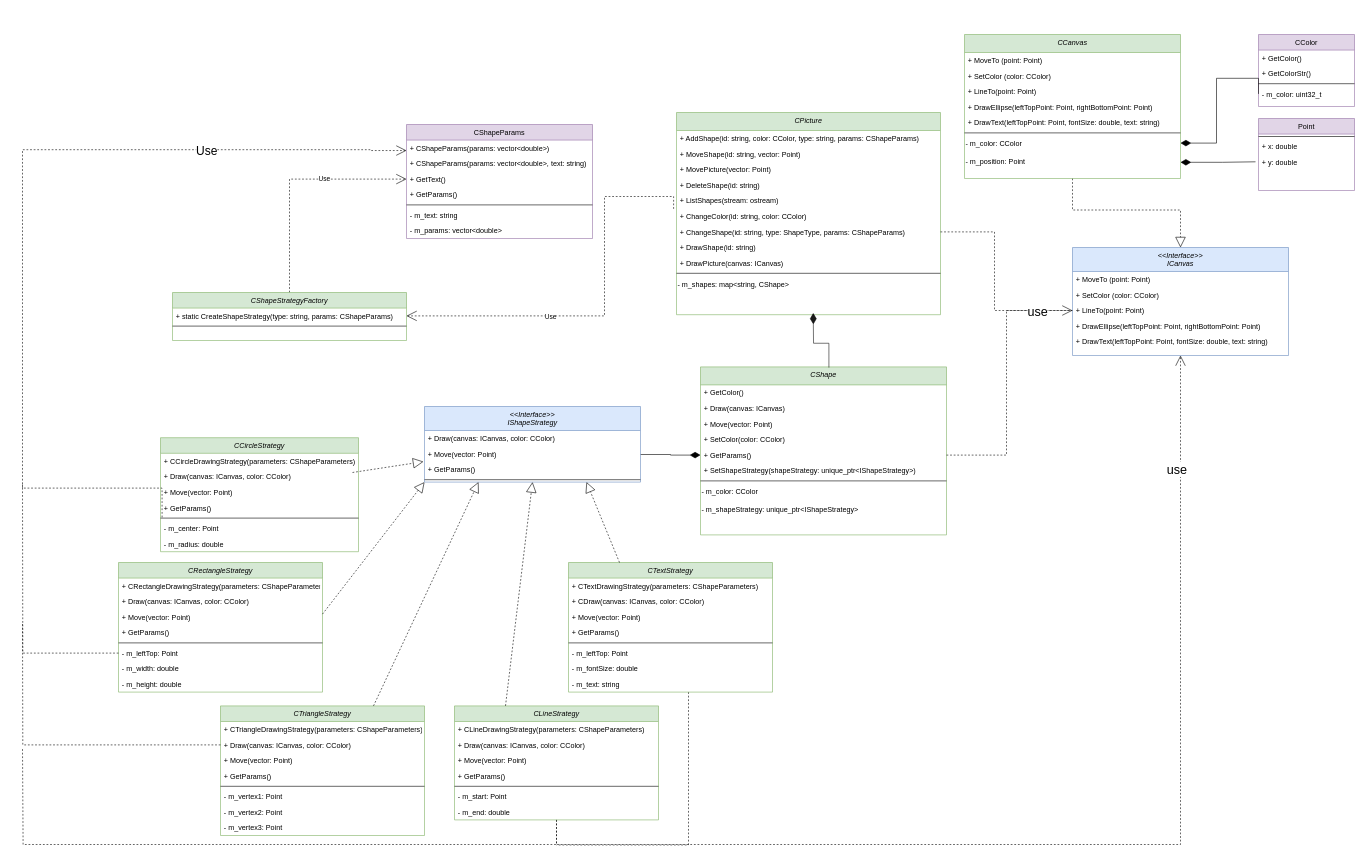
SafarovT/ood-labs keeps this draw.io diagram as lab1/Shapes/classes.drawio. Above is the earlier version. Source tidied: cells renumbered, new cells numbered last; positions are measured from the earlier drawing's top-left corner, leaving out a move shared by most shapes. Both pictures are drawn from the tidied source at 60%, with x=0, y=0 at pixel (22, 34).
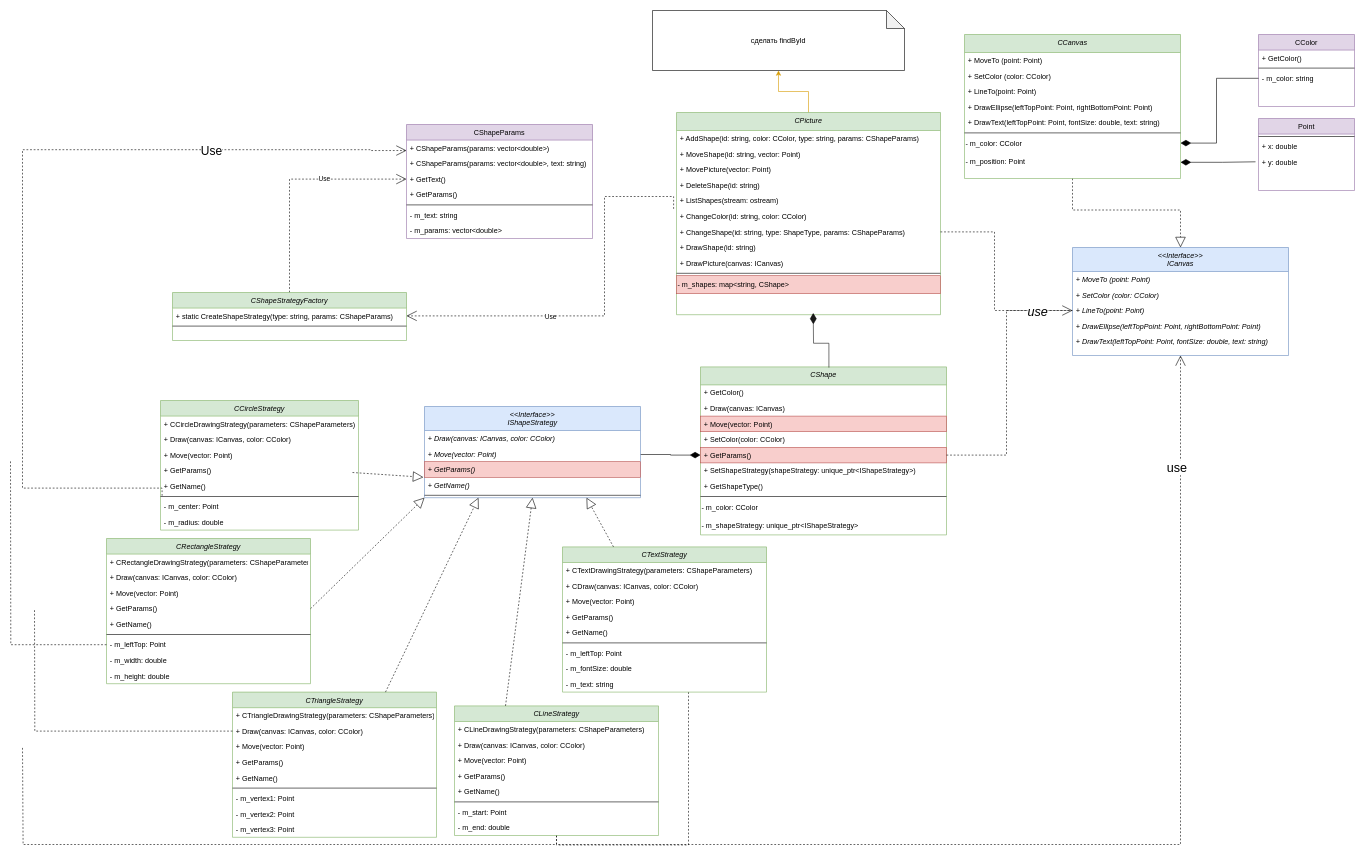
The same page after the edit.

Unchanged cells that the change refers to:
```xml
<mxCell id="2" value="&lt;&lt;Interface&gt;&gt;&#10;ICanvas" style="swimlane;fontStyle=2;align=center;verticalAlign=top;horizontal=1;startSize=40;rounded=0;shadow=0;strokeWidth=1;fillColor=#dae8fc;strokeColor=#6c8ebf;" parent="1" vertex="1">
  <mxGeometry x="1750" y="355" width="360" height="180" as="geometry" />
</mxCell>
<mxCell id="8" value="CColor" style="swimlane;fontStyle=0;align=center;verticalAlign=top;horizontal=1;startSize=26;rounded=0;shadow=0;strokeWidth=1;fillColor=#e1d5e7;strokeColor=#9673a6;" parent="1" vertex="1">
  <mxGeometry x="2060" width="160" height="120" as="geometry" />
</mxCell>
<mxCell id="29" value="CPicture" style="swimlane;fontStyle=2;align=center;verticalAlign=top;horizontal=1;startSize=30;rounded=0;shadow=0;strokeWidth=1;fillColor=#d5e8d4;strokeColor=#82b366;" parent="1" vertex="1">
  <mxGeometry x="1090" y="130" width="440" height="337" as="geometry" />
</mxCell>
<mxCell id="42" value="CShape" style="swimlane;fontStyle=2;align=center;verticalAlign=top;horizontal=1;startSize=30;rounded=0;shadow=0;strokeWidth=1;fillColor=#d5e8d4;strokeColor=#82b366;" parent="1" vertex="1">
  <mxGeometry x="1130" y="554" width="410" height="280" as="geometry" />
</mxCell>
<mxCell id="123" style="edgeStyle=orthogonalEdgeStyle;shape=connector;rounded=0;jettySize=auto;html=1;entryX=0;entryY=0.5;entryDx=0;entryDy=0;dashed=1;labelBackgroundColor=default;strokeColor=default;fontFamily=Helvetica;fontSize=11;fontColor=default;endArrow=open;endFill=0;endSize=15;" parent="1" edge="1" source="47" target="5">
  <mxGeometry relative="1" as="geometry" />
</mxCell>
```

What changed in the source:
```diff
@@
-    <mxCell id="3" value="+ MoveTo (point: Point)" style="text;align=left;verticalAlign=top;spacingLeft=4;spacingRight=4;overflow=hidden;" parent="2" vertex="1">
+    <mxCell id="3" value="+ MoveTo (point: Point)" style="text;align=left;verticalAlign=top;spacingLeft=4;spacingRight=4;overflow=hidden;fontStyle=2;" parent="2" vertex="1">
       <mxGeometry y="40" width="360" height="26" as="geometry" />
     </mxCell>
-    <mxCell id="4" value="+ SetColor (color: CColor)" style="text;align=left;verticalAlign=top;spacingLeft=4;spacingRight=4;overflow=hidden;rounded=0;shadow=0;html=0;" parent="2" vertex="1">
+    <mxCell id="4" value="+ SetColor (color: CColor)" style="text;align=left;verticalAlign=top;spacingLeft=4;spacingRight=4;overflow=hidden;rounded=0;shadow=0;html=0;fontStyle=2;" parent="2" vertex="1">
       <mxGeometry y="66" width="360" height="26" as="geometry" />
     </mxCell>
-    <mxCell id="5" value="+ LineTo(point: Point)" style="text;align=left;verticalAlign=top;spacingLeft=4;spacingRight=4;overflow=hidden;points=[[0,0.5],[1,0.5]];portConstraint=eastwest;rounded=0;shadow=0;html=0;" parent="2" vertex="1">
+    <mxCell id="5" value="+ LineTo(point: Point)" style="text;align=left;verticalAlign=top;spacingLeft=4;spacingRight=4;overflow=hidden;points=[[0,0.5],[1,0.5]];portConstraint=eastwest;rounded=0;shadow=0;html=0;fontStyle=2;" parent="2" vertex="1">
       <mxGeometry y="92" width="360" height="26" as="geometry" />
     </mxCell>
-    <mxCell id="6" value="+ DrawEllipse(leftTopPoint: Point, rightBottomPoint: Point)" style="text;align=left;verticalAlign=top;spacingLeft=4;spacingRight=4;overflow=hidden;rounded=0;shadow=0;html=0;" parent="2" vertex="1">
+    <mxCell id="6" value="+ DrawEllipse(leftTopPoint: Point, rightBottomPoint: Point)" style="text;align=left;verticalAlign=top;spacingLeft=4;spacingRight=4;overflow=hidden;rounded=0;shadow=0;html=0;fontStyle=2;" parent="2" vertex="1">
       <mxGeometry y="118" width="360" height="26" as="geometry" />
     </mxCell>
-    <mxCell id="7" value="+ DrawText(leftTopPoint: Point, fontSize: double, text: string)" style="text;align=left;verticalAlign=top;spacingLeft=4;spacingRight=4;overflow=hidden;rounded=0;shadow=0;html=0;" parent="2" vertex="1">
+    <mxCell id="7" value="+ DrawText(leftTopPoint: Point, fontSize: double, text: string)" style="text;align=left;verticalAlign=top;spacingLeft=4;spacingRight=4;overflow=hidden;rounded=0;shadow=0;html=0;fontStyle=2;" parent="2" vertex="1">
       <mxGeometry y="144" width="360" height="26" as="geometry" />
     </mxCell>
@@
-    <mxCell id="10" value="+ GetColorStr()" style="text;align=left;verticalAlign=top;spacingLeft=4;spacingRight=4;overflow=hidden;" parent="8" vertex="1">
-      <mxGeometry y="52" width="160" height="26" as="geometry" />
-    </mxCell>
     <mxCell id="11" style="line;html=1;strokeWidth=1;align=left;verticalAlign=middle;spacingTop=-1;spacingLeft=3;spacingRight=3;labelPosition=right;" parent="8" vertex="1">
-      <mxGeometry y="78" width="160" height="8" as="geometry" />
+      <mxGeometry y="52" width="160" height="8" as="geometry" />
     </mxCell>
-    <mxCell id="12" value="- m_color: uint32_t" style="text;align=left;verticalAlign=top;spacingLeft=4;spacingRight=4;overflow=hidden;points=[[0,0.5],[1,0.5]];portConstraint=eastwest;" parent="8" vertex="1">
-      <mxGeometry y="86" width="160" height="26" as="geometry" />
+    <mxCell id="12" value="- m_color: string" style="text;align=left;verticalAlign=top;spacingLeft=4;spacingRight=4;overflow=hidden;points=[[0,0.5],[1,0.5]];portConstraint=eastwest;" parent="8" vertex="1">
+      <mxGeometry y="60" width="160" height="26" as="geometry" />
     </mxCell>
@@
+    <mxCell id="132" style="edgeStyle=orthogonalEdgeStyle;rounded=0;jettySize=auto;html=1;fillColor=#ffe6cc;strokeColor=#d79b00;" parent="1" edge="1" source="29" target="140">
+      <mxGeometry relative="1" as="geometry" />
+    </mxCell>
@@
-    <mxCell id="41" value="- m_shapes: map&amp;lt;string, CShape&amp;gt;" style="text;html=1;align=left;verticalAlign=middle;strokeColor=none;fillColor=none;" parent="29" vertex="1">
+    <mxCell id="41" value="- m_shapes: map&amp;lt;string, CShape&amp;gt;" style="text;html=1;align=left;verticalAlign=middle;strokeColor=#b85450;fillColor=#f8cecc;" parent="29" vertex="1">
       <mxGeometry y="272" width="440" height="30" as="geometry" />
     </mxCell>
@@
-    <mxCell id="45" value="+ Move(vector: Point)" style="text;align=left;verticalAlign=top;spacingLeft=4;spacingRight=4;overflow=hidden;rounded=0;shadow=0;html=0;" parent="42" vertex="1">
+    <mxCell id="45" value="+ Move(vector: Point)" style="text;align=left;verticalAlign=top;spacingLeft=4;spacingRight=4;overflow=hidden;rounded=0;shadow=0;html=0;fillColor=#f8cecc;strokeColor=#b85450;" parent="42" vertex="1">
       <mxGeometry y="82" width="410" height="26" as="geometry" />
     </mxCell>
@@
-    <mxCell id="47" value="+ GetParams()" style="text;align=left;verticalAlign=top;spacingLeft=4;spacingRight=4;overflow=hidden;points=[[0,0.5],[1,0.5]];portConstraint=eastwest;rounded=0;shadow=0;html=0;" parent="42" vertex="1">
+    <mxCell id="47" value="+ GetParams()" style="text;align=left;verticalAlign=top;spacingLeft=4;spacingRight=4;overflow=hidden;points=[[0,0.5],[1,0.5]];portConstraint=eastwest;rounded=0;shadow=0;html=0;fillColor=#f8cecc;strokeColor=#b85450;" parent="42" vertex="1">
       <mxGeometry y="134" width="410" height="26" as="geometry" />
     </mxCell>
@@
+    <mxCell id="133" value="+ GetShapeType()" style="text;align=left;verticalAlign=top;spacingLeft=4;spacingRight=4;overflow=hidden;rounded=0;shadow=0;html=0;" parent="42" vertex="1">
+      <mxGeometry y="186" width="410" height="26" as="geometry" />
+    </mxCell>
     <mxCell id="49" style="line;html=1;strokeWidth=1;align=left;verticalAlign=middle;spacingTop=-1;spacingLeft=3;spacingRight=3;labelPosition=right;" parent="42" vertex="1">
-      <mxGeometry y="186" width="410" height="8" as="geometry" />
+      <mxGeometry y="212" width="410" height="8" as="geometry" />
     </mxCell>
     <mxCell id="50" value="- m_color: CColor" style="text;html=1;align=left;verticalAlign=middle;strokeColor=none;fillColor=none;" parent="42" vertex="1">
-      <mxGeometry y="194" width="410" height="30" as="geometry" />
+      <mxGeometry y="220" width="410" height="30" as="geometry" />
     </mxCell>
     <mxCell id="51" value="- m_shapeStrategy: unique_ptr&amp;lt;IShapeStrategy&amp;gt;" style="text;html=1;align=left;verticalAlign=middle;strokeColor=none;fillColor=none;" parent="42" vertex="1">
-      <mxGeometry y="224" width="410" height="30" as="geometry" />
+      <mxGeometry y="250" width="410" height="30" as="geometry" />
     </mxCell>
@@
     <mxCell id="62" value="&lt;&lt;Interface&gt;&gt;&#10;IShapeStrategy" style="swimlane;fontStyle=2;align=center;verticalAlign=top;horizontal=1;startSize=40;rounded=0;shadow=0;strokeWidth=1;fillColor=#dae8fc;strokeColor=#6c8ebf;" parent="1" vertex="1">
-      <mxGeometry x="670" y="620" width="360" height="126" as="geometry" />
+      <mxGeometry x="670" y="620" width="360" height="152" as="geometry" />
     </mxCell>
-    <mxCell id="63" value="+ Draw(canvas: ICanvas, color: CColor)" style="text;align=left;verticalAlign=top;spacingLeft=4;spacingRight=4;overflow=hidden;" parent="62" vertex="1">
+    <mxCell id="63" value="+ Draw(canvas: ICanvas, color: CColor)" style="text;align=left;verticalAlign=top;spacingLeft=4;spacingRight=4;overflow=hidden;fontStyle=2;" parent="62" vertex="1">
       <mxGeometry y="40" width="360" height="26" as="geometry" />
     </mxCell>
-    <mxCell id="64" value="+ Move(vector: Point)" style="text;align=left;verticalAlign=top;spacingLeft=4;spacingRight=4;overflow=hidden;" parent="62" vertex="1">
+    <mxCell id="64" value="+ Move(vector: Point)" style="text;align=left;verticalAlign=top;spacingLeft=4;spacingRight=4;overflow=hidden;fontStyle=2;" parent="62" vertex="1">
       <mxGeometry y="66" width="360" height="26" as="geometry" />
     </mxCell>
+    <mxCell id="134" value="+ GetParams()" style="text;align=left;verticalAlign=top;spacingLeft=4;spacingRight=4;overflow=hidden;fillColor=#f8cecc;strokeColor=#b85450;fontStyle=2;" parent="62" vertex="1">
+      <mxGeometry y="92" width="360" height="26" as="geometry" />
+    </mxCell>
-    <mxCell id="65" value="+ GetParams()" style="text;align=left;verticalAlign=top;spacingLeft=4;spacingRight=4;overflow=hidden;points=[[0,0.5],[1,0.5]];portConstraint=eastwest;" parent="62" vertex="1">
-      <mxGeometry y="92" width="360" height="26" as="geometry" />
+    <mxCell id="65" value="+ GetName()" style="text;align=left;verticalAlign=top;spacingLeft=4;spacingRight=4;overflow=hidden;points=[[0,0.5],[1,0.5]];portConstraint=eastwest;fontStyle=2;" parent="62" vertex="1">
+      <mxGeometry y="118" width="360" height="26" as="geometry" />
     </mxCell>
@@
     <mxCell id="67" style="line;html=1;strokeWidth=1;align=left;verticalAlign=middle;spacingTop=-1;spacingLeft=3;spacingRight=3;labelPosition=right;" parent="62" vertex="1">
-      <mxGeometry y="118" width="360" height="8" as="geometry" />
+      <mxGeometry y="144" width="360" height="8" as="geometry" />
     </mxCell>
     <mxCell id="68" value="CRectangleStrategy" style="swimlane;fontStyle=2;align=center;verticalAlign=top;horizontal=1;startSize=26;rounded=0;shadow=0;strokeWidth=1;fillColor=#d5e8d4;strokeColor=#82b366;" parent="1" vertex="1">
-      <mxGeometry x="160" y="880" width="340" height="216" as="geometry" />
+      <mxGeometry x="140" y="840" width="340" height="242" as="geometry" />
     </mxCell>
@@
+    <mxCell id="135" value="+ GetParams()" style="text;align=left;verticalAlign=top;spacingLeft=4;spacingRight=4;overflow=hidden;points=[[0,0.5],[1,0.5]];portConstraint=eastwest;rounded=0;shadow=0;html=0;" parent="68" vertex="1">
+      <mxGeometry y="104" width="340" height="26" as="geometry" />
+    </mxCell>
-    <mxCell id="72" value="+ GetParams()" style="text;align=left;verticalAlign=top;spacingLeft=4;spacingRight=4;overflow=hidden;rounded=0;shadow=0;html=0;" parent="68" vertex="1">
-      <mxGeometry y="104" width="340" height="26" as="geometry" />
+    <mxCell id="72" value="+ GetName()" style="text;align=left;verticalAlign=top;spacingLeft=4;spacingRight=4;overflow=hidden;rounded=0;shadow=0;html=0;" parent="68" vertex="1">
+      <mxGeometry y="130" width="340" height="26" as="geometry" />
     </mxCell>
     <mxCell id="73" style="line;html=1;strokeWidth=1;align=left;verticalAlign=middle;spacingTop=-1;spacingLeft=3;spacingRight=3;labelPosition=right;" parent="68" vertex="1">
-      <mxGeometry y="130" width="340" height="8" as="geometry" />
+      <mxGeometry y="156" width="340" height="8" as="geometry" />
     </mxCell>
@@
     <mxCell id="75" value="- m_leftTop: Point" style="text;align=left;verticalAlign=top;spacingLeft=4;spacingRight=4;overflow=hidden;points=[[0,0.5],[1,0.5]];portConstraint=eastwest;" parent="68" vertex="1">
-      <mxGeometry y="138" width="340" height="26" as="geometry" />
+      <mxGeometry y="164" width="340" height="26" as="geometry" />
     </mxCell>
     <mxCell id="76" value="- m_width: double" style="text;align=left;verticalAlign=top;spacingLeft=4;spacingRight=4;overflow=hidden;" parent="68" vertex="1">
-      <mxGeometry y="164" width="340" height="26" as="geometry" />
+      <mxGeometry y="190" width="340" height="26" as="geometry" />
     </mxCell>
     <mxCell id="77" value="- m_height: double" style="text;align=left;verticalAlign=top;spacingLeft=4;spacingRight=4;overflow=hidden;" parent="68" vertex="1">
-      <mxGeometry y="190" width="340" height="26" as="geometry" />
+      <mxGeometry y="216" width="340" height="26" as="geometry" />
     </mxCell>
     <mxCell id="78" value="CTriangleStrategy" style="swimlane;fontStyle=2;align=center;verticalAlign=top;horizontal=1;startSize=26;rounded=0;shadow=0;strokeWidth=1;fillColor=#d5e8d4;strokeColor=#82b366;" parent="1" vertex="1">
-      <mxGeometry x="330" y="1119" width="340" height="216" as="geometry" />
+      <mxGeometry x="350" y="1096" width="340" height="242" as="geometry" />
     </mxCell>
@@
+    <mxCell id="136" value="+ GetParams()" style="text;align=left;verticalAlign=top;spacingLeft=4;spacingRight=4;overflow=hidden;rounded=0;shadow=0;html=0;" parent="78" vertex="1">
+      <mxGeometry y="104" width="340" height="26" as="geometry" />
+    </mxCell>
-    <mxCell id="83" value="+ GetParams()" style="text;align=left;verticalAlign=top;spacingLeft=4;spacingRight=4;overflow=hidden;rounded=0;shadow=0;html=0;" parent="78" vertex="1">
-      <mxGeometry y="104" width="340" height="26" as="geometry" />
+    <mxCell id="83" value="+ GetName()" style="text;align=left;verticalAlign=top;spacingLeft=4;spacingRight=4;overflow=hidden;rounded=0;shadow=0;html=0;" parent="78" vertex="1">
+      <mxGeometry y="130" width="340" height="26" as="geometry" />
     </mxCell>
     <mxCell id="84" style="line;html=1;strokeWidth=1;align=left;verticalAlign=middle;spacingTop=-1;spacingLeft=3;spacingRight=3;labelPosition=right;" parent="78" vertex="1">
-      <mxGeometry y="130" width="340" height="8" as="geometry" />
+      <mxGeometry y="156" width="340" height="8" as="geometry" />
     </mxCell>
     <mxCell id="85" value="- m_vertex1: Point" style="text;align=left;verticalAlign=top;spacingLeft=4;spacingRight=4;overflow=hidden;" parent="78" vertex="1">
-      <mxGeometry y="138" width="340" height="26" as="geometry" />
+      <mxGeometry y="164" width="340" height="26" as="geometry" />
     </mxCell>
     <mxCell id="86" value="- m_vertex2: Point" style="text;align=left;verticalAlign=top;spacingLeft=4;spacingRight=4;overflow=hidden;" parent="78" vertex="1">
-      <mxGeometry y="164" width="340" height="26" as="geometry" />
+      <mxGeometry y="190" width="340" height="26" as="geometry" />
     </mxCell>
     <mxCell id="87" value="- m_vertex3: Point" style="text;align=left;verticalAlign=top;spacingLeft=4;spacingRight=4;overflow=hidden;" parent="78" vertex="1">
-      <mxGeometry y="190" width="340" height="26" as="geometry" />
+      <mxGeometry y="216" width="340" height="26" as="geometry" />
     </mxCell>
     <mxCell id="88" value="CCircleStrategy" style="swimlane;fontStyle=2;align=center;verticalAlign=top;horizontal=1;startSize=26;rounded=0;shadow=0;strokeWidth=1;fillColor=#d5e8d4;strokeColor=#82b366;" parent="1" vertex="1">
-      <mxGeometry x="230" y="672" width="330" height="190" as="geometry" />
+      <mxGeometry x="230" y="610" width="330" height="216" as="geometry" />
     </mxCell>
@@
+    <mxCell id="137" value="+ GetParams()" style="text;align=left;verticalAlign=top;spacingLeft=4;spacingRight=4;overflow=hidden;rounded=0;shadow=0;html=0;" parent="88" vertex="1">
+      <mxGeometry y="104" width="330" height="26" as="geometry" />
+    </mxCell>
-    <mxCell id="92" value="+ GetParams()" style="text;align=left;verticalAlign=top;spacingLeft=4;spacingRight=4;overflow=hidden;rounded=0;shadow=0;html=0;" parent="88" vertex="1">
-      <mxGeometry y="104" width="330" height="26" as="geometry" />
+    <mxCell id="92" value="+ GetName()" style="text;align=left;verticalAlign=top;spacingLeft=4;spacingRight=4;overflow=hidden;rounded=0;shadow=0;html=0;" parent="88" vertex="1">
+      <mxGeometry y="130" width="330" height="26" as="geometry" />
     </mxCell>
     <mxCell id="93" style="line;html=1;strokeWidth=1;align=left;verticalAlign=middle;spacingTop=-1;spacingLeft=3;spacingRight=3;labelPosition=right;points=[];portConstraint=eastwest;" parent="88" vertex="1">
-      <mxGeometry y="130" width="330" height="8" as="geometry" />
+      <mxGeometry y="156" width="330" height="8" as="geometry" />
     </mxCell>
     <mxCell id="94" value="- m_center: Point" style="text;align=left;verticalAlign=top;spacingLeft=4;spacingRight=4;overflow=hidden;" parent="88" vertex="1">
-      <mxGeometry y="138" width="330" height="26" as="geometry" />
+      <mxGeometry y="164" width="330" height="26" as="geometry" />
     </mxCell>
     <mxCell id="95" value="- m_radius: double" style="text;align=left;verticalAlign=top;spacingLeft=4;spacingRight=4;overflow=hidden;" parent="88" vertex="1">
-      <mxGeometry y="164" width="330" height="26" as="geometry" />
+      <mxGeometry y="190" width="330" height="26" as="geometry" />
     </mxCell>
@@
     <mxCell id="99" value="CLineStrategy" style="swimlane;fontStyle=2;align=center;verticalAlign=top;horizontal=1;startSize=26;rounded=0;shadow=0;strokeWidth=1;fillColor=#d5e8d4;strokeColor=#82b366;" parent="1" vertex="1">
-      <mxGeometry x="720" y="1119" width="340" height="190" as="geometry" />
+      <mxGeometry x="720" y="1119" width="340" height="216" as="geometry" />
     </mxCell>
@@
+    <mxCell id="138" value="+ GetName()" style="text;align=left;verticalAlign=top;spacingLeft=4;spacingRight=4;overflow=hidden;rounded=0;shadow=0;html=0;" parent="99" vertex="1">
+      <mxGeometry y="130" width="340" height="26" as="geometry" />
+    </mxCell>
     <mxCell id="104" style="line;html=1;strokeWidth=1;align=left;verticalAlign=middle;spacingTop=-1;spacingLeft=3;spacingRight=3;labelPosition=right;" parent="99" vertex="1">
-      <mxGeometry y="130" width="340" height="8" as="geometry" />
+      <mxGeometry y="156" width="340" height="8" as="geometry" />
     </mxCell>
     <mxCell id="105" value="- m_start: Point" style="text;align=left;verticalAlign=top;spacingLeft=4;spacingRight=4;overflow=hidden;" parent="99" vertex="1">
-      <mxGeometry y="138" width="340" height="26" as="geometry" />
+      <mxGeometry y="164" width="340" height="26" as="geometry" />
     </mxCell>
     <mxCell id="106" value="- m_end: double" style="text;align=left;verticalAlign=top;spacingLeft=4;spacingRight=4;overflow=hidden;" parent="99" vertex="1">
-      <mxGeometry y="164" width="340" height="26" as="geometry" />
+      <mxGeometry y="190" width="340" height="26" as="geometry" />
     </mxCell>
@@
     <mxCell id="108" value="CTextStrategy" style="swimlane;fontStyle=2;align=center;verticalAlign=top;horizontal=1;startSize=26;rounded=0;shadow=0;strokeWidth=1;fillColor=#d5e8d4;strokeColor=#82b366;" parent="1" vertex="1">
-      <mxGeometry x="910" y="880" width="340" height="216" as="geometry" />
+      <mxGeometry x="900" y="854" width="340" height="242" as="geometry" />
     </mxCell>
@@
+    <mxCell id="139" value="+ GetName()" style="text;align=left;verticalAlign=top;spacingLeft=4;spacingRight=4;overflow=hidden;rounded=0;shadow=0;html=0;" parent="108" vertex="1">
+      <mxGeometry y="130" width="340" height="26" as="geometry" />
+    </mxCell>
     <mxCell id="113" style="line;html=1;strokeWidth=1;align=left;verticalAlign=middle;spacingTop=-1;spacingLeft=3;spacingRight=3;labelPosition=right;" parent="108" vertex="1">
-      <mxGeometry y="130" width="340" height="8" as="geometry" />
+      <mxGeometry y="156" width="340" height="8" as="geometry" />
     </mxCell>
     <mxCell id="114" value="- m_leftTop: Point" style="text;align=left;verticalAlign=top;spacingLeft=4;spacingRight=4;overflow=hidden;" parent="108" vertex="1">
-      <mxGeometry y="138" width="340" height="26" as="geometry" />
+      <mxGeometry y="164" width="340" height="26" as="geometry" />
     </mxCell>
     <mxCell id="115" value="- m_fontSize: double" style="text;align=left;verticalAlign=top;spacingLeft=4;spacingRight=4;overflow=hidden;" parent="108" vertex="1">
-      <mxGeometry y="164" width="340" height="26" as="geometry" />
+      <mxGeometry y="190" width="340" height="26" as="geometry" />
     </mxCell>
     <mxCell id="116" value="- m_text: string" style="text;align=left;verticalAlign=top;spacingLeft=4;spacingRight=4;overflow=hidden;" parent="108" vertex="1">
-      <mxGeometry y="190" width="340" height="26" as="geometry" />
+      <mxGeometry y="216" width="340" height="26" as="geometry" />
     </mxCell>
-    <mxCell id="117" style="edgeStyle=none;rounded=0;jettySize=auto;html=1;entryX=0;entryY=1;entryDx=0;entryDy=0;dashed=1;endArrow=block;endFill=0;endSize=15;" parent="1" edge="1" target="62">
-      <mxGeometry relative="1" as="geometry">
-        <mxPoint x="500" y="966" as="sourcePoint" />
-      </mxGeometry>
+    <mxCell id="117" style="edgeStyle=none;rounded=0;jettySize=auto;html=1;entryX=0;entryY=1;entryDx=0;entryDy=0;dashed=1;endArrow=block;endFill=0;endSize=15;exitX=1;exitY=0.5;exitDx=0;exitDy=0;" parent="1" edge="1" source="135" target="62">
+      <mxGeometry relative="1" as="geometry" />
     </mxCell>
@@
-    <mxCell id="124" value="use" style="edgeLabel;html=1;align=center;verticalAlign=middle;fontSize=21;fontFamily=Helvetica;fontColor=default;" parent="123" vertex="1">
+    <mxCell id="124" value="use" style="edgeLabel;html=1;align=center;verticalAlign=middle;fontSize=21;fontFamily=Helvetica;fontColor=default;fontStyle=2;" parent="123" vertex="1">
       <mxGeometry x="0.74" relative="1" as="geometry" />
     </mxCell>
@@
+    <mxCell id="140" value="сделать findById" style="shape=note;whiteSpace=wrap;html=1;backgroundOutline=1;darkOpacity=0.05;" parent="1" vertex="1">
+      <mxGeometry x="1050" y="-40" width="420" height="100" as="geometry" />
+    </mxCell>
```
